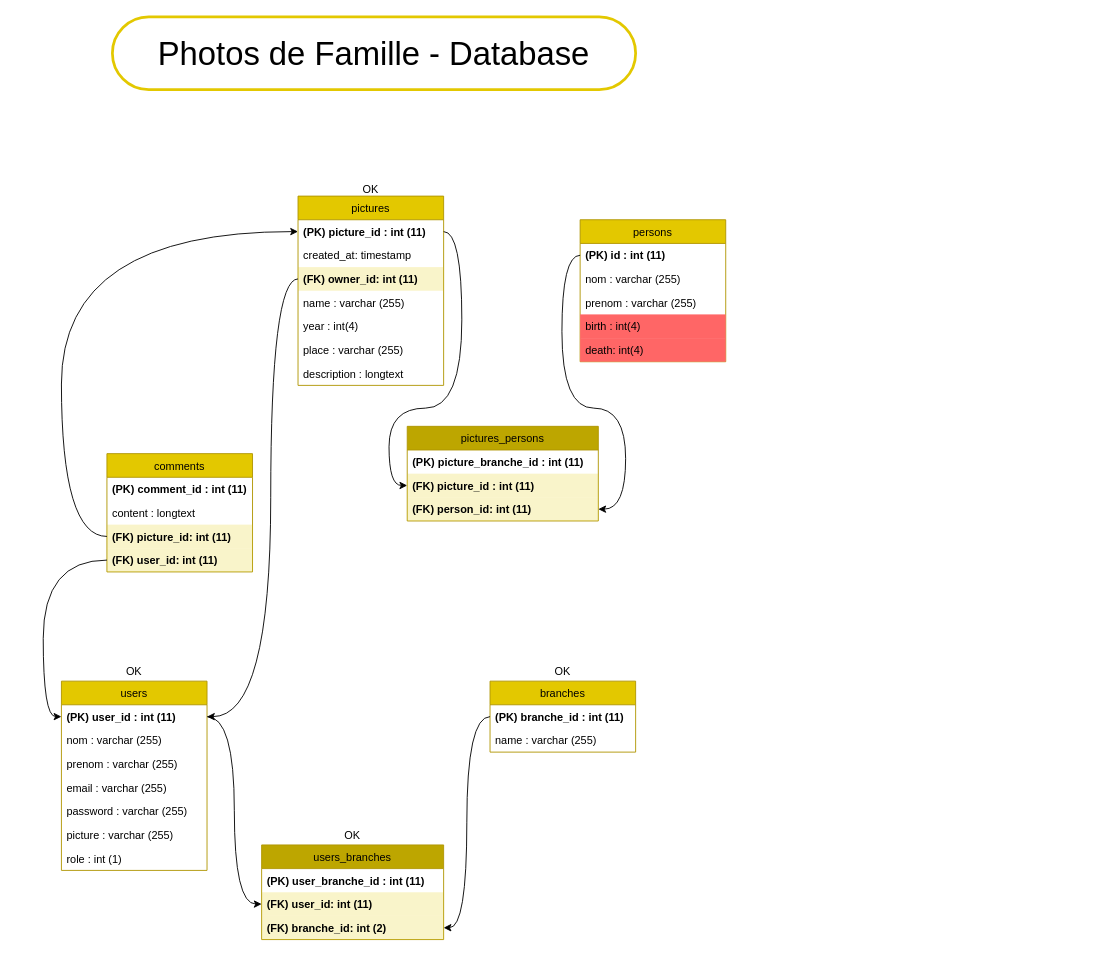
HeleneGreat/photo-famille keeps this draw.io diagram as Photos de famille.drawio. Above is the earlier version. Source tidied: cells renumbered, new cells numbered last; positions are measured from the earlier drawing's top-left corner, leaving out a move shared by most shapes. Both pictures are drawn from the tidied source at 91%, with x=0, y=0 at pixel (61, 16).
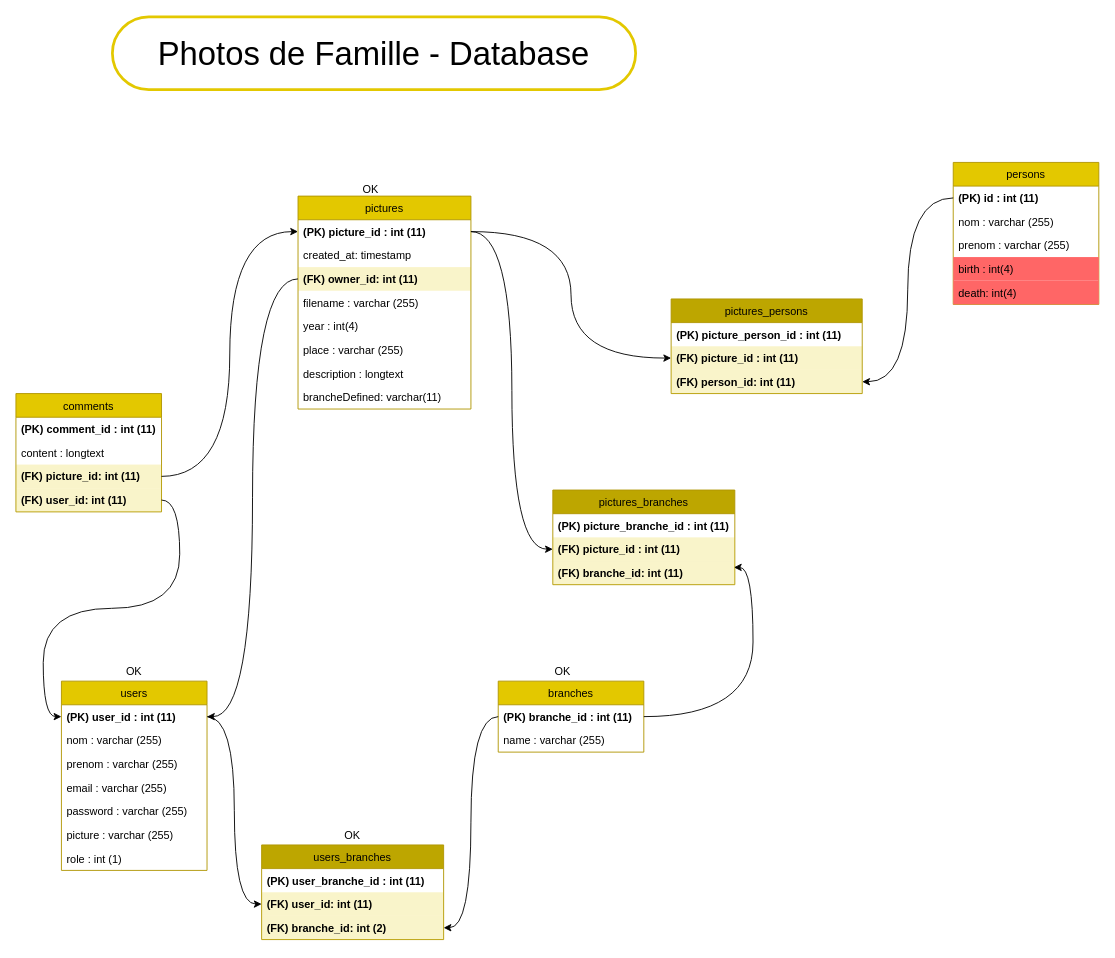
The same diagram, later.

Unchanged cells that the change refers to:
```xml
<mxCell id="3" value="(PK) user_id : int (11)" style="text;strokeColor=none;fillColor=none;align=left;verticalAlign=top;spacingLeft=4;spacingRight=4;overflow=hidden;points=[[0,0.5],[1,0.5]];portConstraint=eastwest;fontStyle=1;" parent="2" vertex="1">
  <mxGeometry y="26" width="160" height="26" as="geometry" />
</mxCell>
<mxCell id="19" value="(PK) id : int (11)" style="text;strokeColor=none;fillColor=none;align=left;verticalAlign=top;spacingLeft=4;spacingRight=4;overflow=hidden;points=[[0,0.5],[1,0.5]];portConstraint=eastwest;fontStyle=1;" parent="18" vertex="1">
  <mxGeometry y="26" width="160" height="26" as="geometry" />
</mxCell>
<mxCell id="29" value="(PK) branche_id : int (11)" style="text;strokeColor=none;fillColor=none;align=left;verticalAlign=top;spacingLeft=4;spacingRight=4;overflow=hidden;points=[[0,0.5],[1,0.5]];portConstraint=eastwest;fontStyle=1;" parent="28" vertex="1">
  <mxGeometry y="26" width="160" height="26" as="geometry" />
</mxCell>
<mxCell id="41" value="(FK) picture_id: int (11)" style="text;strokeColor=none;fillColor=#E3C80035;align=left;verticalAlign=top;spacingLeft=4;spacingRight=4;overflow=hidden;points=[[0,0.5],[1,0.5]];portConstraint=eastwest;fontStyle=1;" parent="38" vertex="1">
  <mxGeometry y="78" width="160" height="26" as="geometry" />
</mxCell>
```

The edit, as a diff of the source:
```diff
@@
     <mxCell id="10" value="pictures" style="swimlane;fontStyle=0;horizontal=1;startSize=26;fillColor=#e3c800;fontColor=#000000;strokeColor=#B09500;" parent="1" vertex="1">
-      <mxGeometry x="260" y="197" width="160" height="208" as="geometry" />
+      <mxGeometry x="260" y="197" width="190" height="234" as="geometry" />
     </mxCell>
     <mxCell id="11" value="(PK) picture_id : int (11)" style="text;strokeColor=none;fillColor=none;align=left;verticalAlign=top;spacingLeft=4;spacingRight=4;overflow=hidden;points=[[0,0.5],[1,0.5]];portConstraint=eastwest;fontStyle=1;" parent="10" vertex="1">
-      <mxGeometry y="26" width="160" height="26" as="geometry" />
+      <mxGeometry y="26" width="190" height="26" as="geometry" />
     </mxCell>
     <mxCell id="12" value="created_at: timestamp" style="text;strokeColor=none;fillColor=none;align=left;verticalAlign=top;spacingLeft=4;spacingRight=4;overflow=hidden;" parent="10" vertex="1">
-      <mxGeometry y="52" width="160" height="26" as="geometry" />
+      <mxGeometry y="52" width="190" height="26" as="geometry" />
     </mxCell>
     <mxCell id="13" value="(FK) owner_id: int (11)" style="text;strokeColor=none;fillColor=#E3C80035;align=left;verticalAlign=top;spacingLeft=4;spacingRight=4;overflow=hidden;points=[[0,0.5],[1,0.5]];portConstraint=eastwest;fontStyle=1;" parent="10" vertex="1">
-      <mxGeometry y="78" width="160" height="26" as="geometry" />
+      <mxGeometry y="78" width="190" height="26" as="geometry" />
     </mxCell>
-    <mxCell id="14" value="name : varchar (255)" style="text;strokeColor=none;fillColor=none;align=left;verticalAlign=top;spacingLeft=4;spacingRight=4;overflow=hidden;" parent="10" vertex="1">
-      <mxGeometry y="104" width="160" height="26" as="geometry" />
+    <mxCell id="14" value="filename : varchar (255)" style="text;strokeColor=none;fillColor=none;align=left;verticalAlign=top;spacingLeft=4;spacingRight=4;overflow=hidden;" parent="10" vertex="1">
+      <mxGeometry y="104" width="190" height="26" as="geometry" />
     </mxCell>
     <mxCell id="15" value="year : int(4)" style="text;strokeColor=none;fillColor=none;align=left;verticalAlign=top;spacingLeft=4;spacingRight=4;overflow=hidden;" parent="10" vertex="1">
-      <mxGeometry y="130" width="160" height="26" as="geometry" />
+      <mxGeometry y="130" width="190" height="26" as="geometry" />
     </mxCell>
     <mxCell id="16" value="place : varchar (255)" style="text;strokeColor=none;fillColor=none;align=left;verticalAlign=top;spacingLeft=4;spacingRight=4;overflow=hidden;" parent="10" vertex="1">
-      <mxGeometry y="156" width="160" height="26" as="geometry" />
+      <mxGeometry y="156" width="190" height="26" as="geometry" />
     </mxCell>
     <mxCell id="17" value="description : longtext" style="text;strokeColor=none;fillColor=none;align=left;verticalAlign=top;spacingLeft=4;spacingRight=4;overflow=hidden;" parent="10" vertex="1">
-      <mxGeometry y="182" width="160" height="26" as="geometry" />
+      <mxGeometry y="182" width="190" height="26" as="geometry" />
     </mxCell>
+    <mxCell id="52" value="brancheDefined: varchar(11)" style="text;strokeColor=none;fillColor=none;align=left;verticalAlign=top;spacingLeft=4;spacingRight=4;overflow=hidden;" parent="10" vertex="1">
+      <mxGeometry y="208" width="190" height="26" as="geometry" />
+    </mxCell>
     <mxCell id="18" value="persons" style="swimlane;fontStyle=0;horizontal=1;startSize=26;fillColor=#e3c800;fontColor=#000000;strokeColor=#B09500;" parent="1" vertex="1">
-      <mxGeometry x="570" y="223" width="160" height="156" as="geometry" />
+      <mxGeometry x="980" y="160" width="160" height="156" as="geometry" />
     </mxCell>
@@
-    <mxCell id="24" value="pictures_persons" style="swimlane;fontStyle=0;horizontal=1;startSize=26;fillColor=#BDA600;fontColor=#000000;strokeColor=#B09500;" parent="1" vertex="1">
-      <mxGeometry x="380" y="450" width="210" height="104" as="geometry" />
-    </mxCell>
-    <mxCell id="25" value="(PK) picture_branche_id : int (11)" style="text;strokeColor=none;fillColor=none;align=left;verticalAlign=top;spacingLeft=4;spacingRight=4;overflow=hidden;fontStyle=1;" parent="24" vertex="1">
-      <mxGeometry y="26" width="210" height="26" as="geometry" />
-    </mxCell>
-    <mxCell id="26" value="(FK) picture_id : int (11)" style="text;strokeColor=none;fillColor=#E3C80035;align=left;verticalAlign=top;spacingLeft=4;spacingRight=4;overflow=hidden;points=[[0,0.5],[1,0.5]];portConstraint=eastwest;fontStyle=1;" parent="24" vertex="1">
-      <mxGeometry y="52" width="210" height="26" as="geometry" />
-    </mxCell>
-    <mxCell id="27" value="(FK) person_id: int (11)" style="text;strokeColor=none;fillColor=#E3C80035;align=left;verticalAlign=top;spacingLeft=4;spacingRight=4;overflow=hidden;points=[[0,0.5],[1,0.5]];portConstraint=eastwest;fontStyle=1;" parent="24" vertex="1">
-      <mxGeometry y="78" width="210" height="26" as="geometry" />
-    </mxCell>
     <mxCell id="28" value="branches" style="swimlane;fontStyle=0;horizontal=1;startSize=26;fillColor=#e3c800;fontColor=#000000;strokeColor=#B09500;" parent="1" vertex="1">
-      <mxGeometry x="471" y="730" width="160" height="78" as="geometry" />
+      <mxGeometry x="480" y="730" width="160" height="78" as="geometry" />
     </mxCell>
@@
     <mxCell id="38" value="comments" style="swimlane;fontStyle=0;horizontal=1;startSize=26;fillColor=#e3c800;fontColor=#000000;strokeColor=#B09500;" parent="1" vertex="1">
-      <mxGeometry x="50" y="480" width="160" height="130" as="geometry" />
+      <mxGeometry x="-50" y="414" width="160" height="130" as="geometry" />
     </mxCell>
@@
-    <mxCell id="44" style="edgeStyle=orthogonalEdgeStyle;curved=1;jettySize=auto;html=1;entryX=1;entryY=0.5;entryDx=0;entryDy=0;" parent="1" edge="1" source="19" target="27">
-      <mxGeometry relative="1" as="geometry">
-        <Array as="points">
-          <mxPoint x="550" y="262" />
-          <mxPoint x="550" y="430" />
-          <mxPoint x="620" y="430" />
-          <mxPoint x="620" y="541" />
-        </Array>
-      </mxGeometry>
-    </mxCell>
@@
+    <mxCell id="51" value="OK" style="text;html=1;strokeColor=none;fillColor=none;align=center;verticalAlign=middle;whiteSpace=wrap;rounded=0;" parent="1" vertex="1">
+      <mxGeometry x="320" y="170" width="40" height="40" as="geometry" />
+    </mxCell>
+    <mxCell id="24" value="pictures_persons" style="swimlane;fontStyle=0;horizontal=1;startSize=26;fillColor=#BDA600;fontColor=#000000;strokeColor=#B09500;" parent="1" vertex="1">
+      <mxGeometry x="670" y="310" width="210" height="104" as="geometry" />
+    </mxCell>
+    <mxCell id="25" value="(PK) picture_person_id : int (11)" style="text;strokeColor=none;fillColor=none;align=left;verticalAlign=top;spacingLeft=4;spacingRight=4;overflow=hidden;fontStyle=1;" parent="24" vertex="1">
+      <mxGeometry y="26" width="210" height="26" as="geometry" />
+    </mxCell>
+    <mxCell id="26" value="(FK) picture_id : int (11)" style="text;strokeColor=none;fillColor=#E3C80035;align=left;verticalAlign=top;spacingLeft=4;spacingRight=4;overflow=hidden;points=[[0,0.5],[1,0.5]];portConstraint=eastwest;fontStyle=1;" parent="24" vertex="1">
+      <mxGeometry y="52" width="210" height="26" as="geometry" />
+    </mxCell>
+    <mxCell id="27" value="(FK) person_id: int (11)" style="text;strokeColor=none;fillColor=#E3C80035;align=left;verticalAlign=top;spacingLeft=4;spacingRight=4;overflow=hidden;points=[[0,0.5],[1,0.5]];portConstraint=eastwest;fontStyle=1;" parent="24" vertex="1">
+      <mxGeometry y="78" width="210" height="26" as="geometry" />
+    </mxCell>
-    <mxCell id="48" style="edgeStyle=orthogonalEdgeStyle;curved=1;jettySize=auto;html=1;entryX=0;entryY=0.5;entryDx=0;entryDy=0;" parent="1" edge="1" source="11" target="26">
-      <mxGeometry relative="1" as="geometry">
-        <Array as="points">
-          <mxPoint x="440" y="236" />
-          <mxPoint x="440" y="430" />
-          <mxPoint x="360" y="430" />
-          <mxPoint x="360" y="515" />
-        </Array>
-      </mxGeometry>
+    <mxCell id="48" style="edgeStyle=orthogonalEdgeStyle;jettySize=auto;html=1;entryX=0;entryY=0.5;entryDx=0;entryDy=0;curved=1;" parent="1" edge="1" source="11" target="26">
+      <mxGeometry relative="1" as="geometry" />
     </mxCell>
-    <mxCell id="49" style="edgeStyle=orthogonalEdgeStyle;curved=1;jettySize=auto;html=1;entryX=1;entryY=0.5;entryDx=0;entryDy=0;" parent="1" edge="1" target="3">
-      <mxGeometry relative="1" as="geometry">
-        <mxPoint x="260" y="288" as="sourcePoint" />
-        <Array as="points">
-          <mxPoint x="230" y="288" />
-          <mxPoint x="230" y="769" />
-        </Array>
-      </mxGeometry>
-    </mxCell>
+    <mxCell id="44" style="edgeStyle=orthogonalEdgeStyle;curved=1;jettySize=auto;html=1;entryX=1;entryY=0.5;entryDx=0;entryDy=0;" parent="1" edge="1" source="19" target="27">
+      <mxGeometry relative="1" as="geometry" />
+    </mxCell>
+    <mxCell id="53" value="pictures_branches" style="swimlane;fontStyle=0;horizontal=1;startSize=26;fillColor=#BDA600;fontColor=#000000;strokeColor=#B09500;" parent="1" vertex="1">
+      <mxGeometry x="540" y="520" width="200" height="104" as="geometry" />
+    </mxCell>
+    <mxCell id="54" value="(PK) picture_branche_id : int (11)" style="text;strokeColor=none;fillColor=none;align=left;verticalAlign=top;spacingLeft=4;spacingRight=4;overflow=hidden;fontStyle=1;" parent="53" vertex="1">
+      <mxGeometry y="26" width="200" height="26" as="geometry" />
+    </mxCell>
+    <mxCell id="55" value="(FK) picture_id : int (11)" style="text;strokeColor=none;fillColor=#E3C80035;align=left;verticalAlign=top;spacingLeft=4;spacingRight=4;overflow=hidden;points=[[0,0.5],[1,0.5]];portConstraint=eastwest;fontStyle=1;" parent="53" vertex="1">
+      <mxGeometry y="52" width="200" height="26" as="geometry" />
+    </mxCell>
+    <mxCell id="56" value="(FK) branche_id: int (11)" style="text;strokeColor=none;fillColor=#E3C80035;align=left;verticalAlign=top;spacingLeft=4;spacingRight=4;overflow=hidden;points=[[0,0.5],[1,0.5]];portConstraint=eastwest;fontStyle=1;" parent="53" vertex="1">
+      <mxGeometry y="78" width="200" height="26" as="geometry" />
+    </mxCell>
+    <mxCell id="57" style="edgeStyle=orthogonalEdgeStyle;curved=1;jettySize=auto;html=1;entryX=0;entryY=0.5;entryDx=0;entryDy=0;" parent="1" edge="1" source="11" target="55">
+      <mxGeometry relative="1" as="geometry" />
+    </mxCell>
+    <mxCell id="58" style="edgeStyle=orthogonalEdgeStyle;curved=1;jettySize=auto;html=1;entryX=0.995;entryY=0.269;entryDx=0;entryDy=0;entryPerimeter=0;" parent="1" edge="1" source="29" target="56">
+      <mxGeometry relative="1" as="geometry" />
+    </mxCell>
-    <mxCell id="50" style="edgeStyle=orthogonalEdgeStyle;curved=1;jettySize=auto;html=1;entryX=0;entryY=0.5;entryDx=0;entryDy=0;" parent="1" edge="1" source="41" target="11">
-      <mxGeometry relative="1" as="geometry">
-        <Array as="points">
-          <mxPoint y="571" />
-          <mxPoint y="236" />
-        </Array>
-      </mxGeometry>
+    <mxCell id="50" style="edgeStyle=orthogonalEdgeStyle;jettySize=auto;html=1;entryX=0;entryY=0.5;entryDx=0;entryDy=0;curved=1;" parent="1" edge="1" source="41" target="11">
+      <mxGeometry relative="1" as="geometry" />
     </mxCell>
-    <mxCell id="51" value="OK" style="text;html=1;strokeColor=none;fillColor=none;align=center;verticalAlign=middle;whiteSpace=wrap;rounded=0;" parent="1" vertex="1">
-      <mxGeometry x="320" y="170" width="40" height="40" as="geometry" />
-    </mxCell>
+    <mxCell id="59" style="edgeStyle=orthogonalEdgeStyle;curved=1;jettySize=auto;html=1;" parent="1" edge="1" source="13" target="3">
+      <mxGeometry relative="1" as="geometry" />
+    </mxCell>
```
